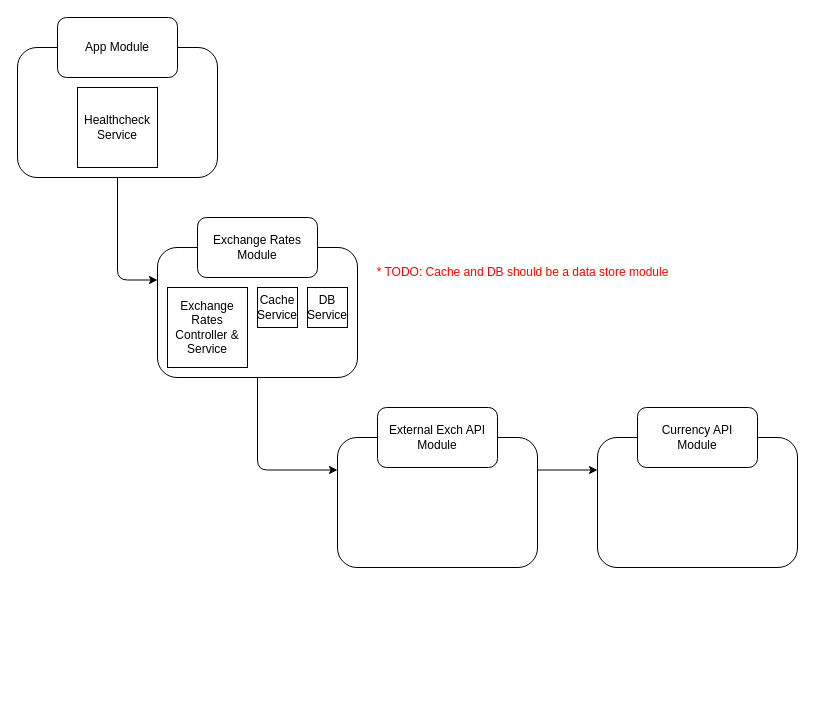
Above: docs/architecture.drawio in AlvBarros/fetch-exch-rate (draw.io), before the change. Source tidied: cells renumbered, new cells numbered last; positions are measured from the earlier drawing's top-left corner, leaving out a move shared by most shapes. Both pictures are drawn from the tidied source at 100%, with x=0, y=0 at pixel (17, 17).
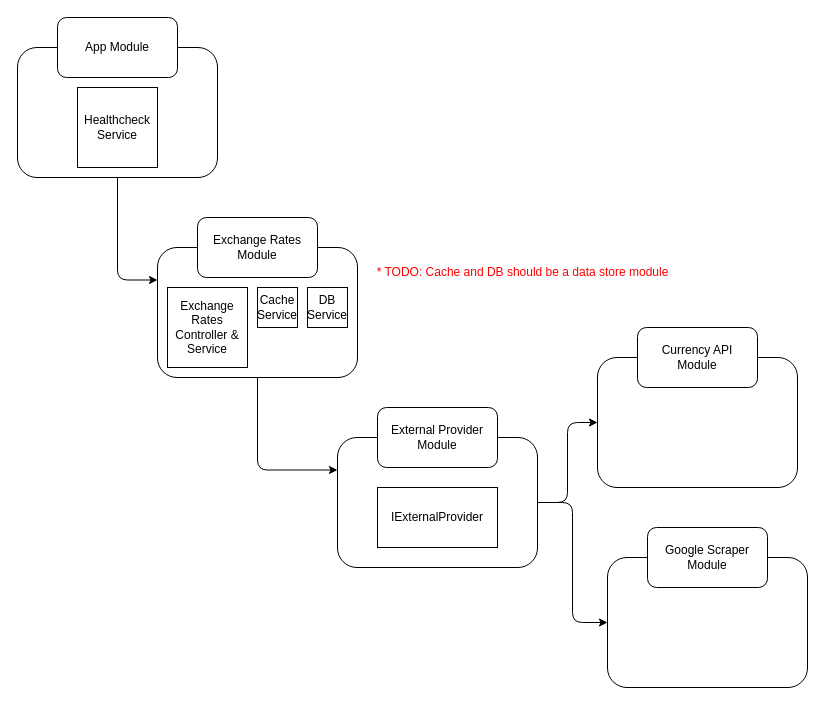
Above is the later version.

The change refers to these unchanged cells:
```xml
<mxCell id="10" style="rounded=1;whiteSpace=wrap;html=1;" parent="1" vertex="1">
  <mxGeometry x="320" y="420" width="200" height="130" as="geometry" />
</mxCell>
```

The edit, as a diff of the source:
```diff
@@
-    <mxCell id="9" style="edgeStyle=orthogonalEdgeStyle;html=1;exitX=1;exitY=0.25;exitDx=0;exitDy=0;entryX=0;entryY=0.25;entryDx=0;entryDy=0;" parent="1" edge="1" source="10" target="12">
+    <mxCell id="9" style="edgeStyle=orthogonalEdgeStyle;html=1;exitX=1;exitY=0.5;exitDx=0;exitDy=0;entryX=0;entryY=0.5;entryDx=0;entryDy=0;" parent="1" edge="1" source="10" target="12">
       <mxGeometry relative="1" as="geometry" />
     </mxCell>
+    <mxCell id="18" style="edgeStyle=orthogonalEdgeStyle;html=1;exitX=1;exitY=0.5;exitDx=0;exitDy=0;entryX=0;entryY=0.5;entryDx=0;entryDy=0;" parent="1" edge="1" source="10" target="19">
+      <mxGeometry relative="1" as="geometry" />
+    </mxCell>
@@
-    <mxCell id="11" value="External Exch API&lt;br&gt;Module" style="rounded=1;whiteSpace=wrap;html=1;" parent="1" vertex="1">
+    <mxCell id="11" value="External Provider&lt;br&gt;Module" style="rounded=1;whiteSpace=wrap;html=1;" parent="1" vertex="1">
       <mxGeometry x="360" y="390" width="120" height="60" as="geometry" />
     </mxCell>
     <mxCell id="12" style="rounded=1;whiteSpace=wrap;html=1;" parent="1" vertex="1">
-      <mxGeometry x="580" y="420" width="200" height="130" as="geometry" />
+      <mxGeometry x="580" y="340" width="200" height="130" as="geometry" />
     </mxCell>
     <mxCell id="13" value="Currency API&lt;br&gt;Module" style="rounded=1;whiteSpace=wrap;html=1;" parent="1" vertex="1">
-      <mxGeometry x="620" y="390" width="120" height="60" as="geometry" />
+      <mxGeometry x="620" y="310" width="120" height="60" as="geometry" />
     </mxCell>
@@
+    <mxCell id="19" style="rounded=1;whiteSpace=wrap;html=1;" parent="1" vertex="1">
+      <mxGeometry x="590" y="540" width="200" height="130" as="geometry" />
+    </mxCell>
+    <mxCell id="20" value="Google Scraper&lt;br&gt;Module" style="rounded=1;whiteSpace=wrap;html=1;" parent="1" vertex="1">
+      <mxGeometry x="630" y="510" width="120" height="60" as="geometry" />
+    </mxCell>
+    <mxCell id="21" value="IExternalProvider" style="rounded=0;whiteSpace=wrap;html=1;" parent="1" vertex="1">
+      <mxGeometry x="360" y="470" width="120" height="60" as="geometry" />
+    </mxCell>
```
